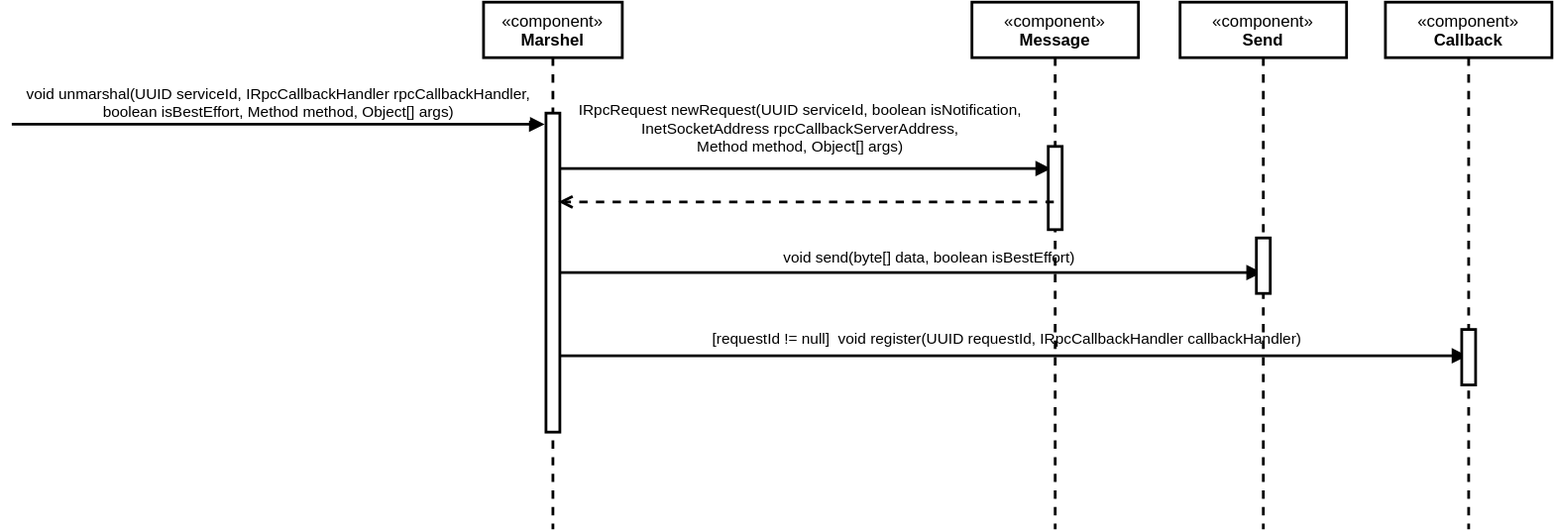
Before: docs/middleware/diagrams/UC03SendingCallsSequenceDiagramLevel2.drawio.svg, a diagram exported from draw.io (HaniAlshikh/tron). Source tidied: cells renumbered, new cells last; positions are measured from the earlier drawing's top-left corner, leaving out a move shared by most shapes. Source of this version:
```xml
<mxGraphModel background="#ffffff">
  <root>
    <mxCell id="0" />
    <mxCell id="1" parent="0" />
    <mxCell id="2" value="&lt;span&gt;«component»&lt;br&gt;&lt;b&gt;Marshel&lt;/b&gt;&lt;br&gt;&lt;/span&gt;" style="shape=umlLifeline;perimeter=lifelinePerimeter;whiteSpace=wrap;html=1;strokeWidth=2;verticalAlign=top;" parent="1" vertex="1">
      <mxGeometry x="340" width="100" height="380" as="geometry" />
    </mxCell>
    <mxCell id="3" style="edgeStyle=none;shape=connector;rounded=1;html=1;labelBackgroundColor=default;fontFamily=Helvetica;fontSize=11;fontColor=default;endArrow=block;strokeColor=default;strokeWidth=2;" parent="1" edge="1" source="9">
      <mxGeometry relative="1" as="geometry">
        <mxPoint x="749" y="120" as="targetPoint" />
      </mxGeometry>
    </mxCell>
    <mxCell id="4" value="IRpcRequest newRequest(UUID serviceId, boolean isNotification,&lt;br&gt;&amp;nbsp;InetSocketAddress rpcCallbackServerAddress,&lt;br&gt;&amp;nbsp;Method method, Object[] args)" style="edgeLabel;html=1;align=center;verticalAlign=middle;fontSize=11;fontFamily=Helvetica;fontColor=default;" parent="3" vertex="1">
      <mxGeometry x="-0.15" y="2" relative="1" as="geometry">
        <mxPoint x="23" y="-27" as="offset" />
      </mxGeometry>
    </mxCell>
    <mxCell id="5" style="edgeStyle=none;shape=connector;rounded=1;html=1;labelBackgroundColor=default;fontFamily=Helvetica;fontSize=11;fontColor=default;endArrow=block;strokeColor=default;strokeWidth=2;" parent="1" edge="1">
      <mxGeometry relative="1" as="geometry">
        <mxPoint x="395" y="255" as="sourcePoint" />
        <mxPoint x="1049" y="255" as="targetPoint" />
      </mxGeometry>
    </mxCell>
    <mxCell id="6" value="[requestId != null]&amp;nbsp; void register(UUID requestId, IRpcCallbackHandler callbackHandler)" style="edgeLabel;html=1;align=center;verticalAlign=middle;fontSize=11;fontFamily=Helvetica;fontColor=default;labelBackgroundColor=default;" parent="5" vertex="1">
      <mxGeometry x="-0.05" y="2" relative="1" as="geometry">
        <mxPoint x="10" y="-10" as="offset" />
      </mxGeometry>
    </mxCell>
    <mxCell id="7" style="edgeStyle=none;shape=connector;rounded=1;html=1;labelBackgroundColor=default;fontFamily=Helvetica;fontSize=11;fontColor=default;endArrow=block;strokeColor=default;strokeWidth=2;" parent="1" edge="1" source="9" target="16">
      <mxGeometry relative="1" as="geometry" />
    </mxCell>
    <mxCell id="8" value="void send(byte[] data, boolean isBestEffort)" style="edgeLabel;html=1;align=center;verticalAlign=middle;fontSize=11;fontFamily=Helvetica;fontColor=default;" parent="7" vertex="1">
      <mxGeometry x="0.17" y="1" relative="1" as="geometry">
        <mxPoint x="-30" y="-10" as="offset" />
      </mxGeometry>
    </mxCell>
    <mxCell id="9" style="html=1;points=[];perimeter=orthogonalPerimeter;strokeWidth=2;verticalAlign=top;" parent="1" vertex="1">
      <mxGeometry x="385" y="80" width="10" height="230" as="geometry" />
    </mxCell>
    <mxCell id="10" value="void unmarshal(UUID serviceId, IRpcCallbackHandler rpcCallbackHandler,&lt;br&gt;&amp;nbsp;boolean isBestEffort, Method method, Object[] args)" style="html=1;verticalAlign=bottom;endArrow=block;strokeWidth=2;entryX=-0.1;entryY=0.832;entryDx=0;entryDy=0;entryPerimeter=0;" parent="1" edge="1">
      <mxGeometry relative="1" as="geometry">
        <mxPoint y="88" as="sourcePoint" />
        <mxPoint x="384" y="88" as="targetPoint" />
      </mxGeometry>
    </mxCell>
    <mxCell id="11" value="&lt;span&gt;«component»&lt;br&gt;&lt;b&gt;Message&lt;/b&gt;&lt;br&gt;&lt;/span&gt;" style="shape=umlLifeline;perimeter=lifelinePerimeter;whiteSpace=wrap;html=1;strokeWidth=2;verticalAlign=top;" parent="1" vertex="1">
      <mxGeometry x="692" width="120" height="380" as="geometry" />
    </mxCell>
    <mxCell id="12" style="html=1;perimeter=orthogonalPerimeter;strokeWidth=2;verticalAlign=top;" parent="11" vertex="1">
      <mxGeometry x="55" y="104" width="10" height="60" as="geometry" />
    </mxCell>
    <mxCell id="13" style="edgeStyle=none;shape=connector;rounded=1;html=1;dashed=1;labelBackgroundColor=default;fontFamily=Helvetica;fontSize=11;fontColor=default;endArrow=open;endFill=0;strokeColor=default;strokeWidth=2;" parent="1" edge="1">
      <mxGeometry relative="1" as="geometry">
        <mxPoint x="751" y="144" as="sourcePoint" />
        <mxPoint x="394" y="144" as="targetPoint" />
      </mxGeometry>
    </mxCell>
    <mxCell id="14" value="&lt;span&gt;«component»&lt;br&gt;&lt;b&gt;Callback&lt;br&gt;&lt;/b&gt;&lt;br&gt;&lt;/span&gt;" style="shape=umlLifeline;perimeter=lifelinePerimeter;whiteSpace=wrap;html=1;strokeWidth=2;verticalAlign=top;" parent="1" vertex="1">
      <mxGeometry x="990" width="120" height="380" as="geometry" />
    </mxCell>
    <mxCell id="15" style="html=1;perimeter=orthogonalPerimeter;strokeWidth=2;verticalAlign=top;" parent="14" vertex="1">
      <mxGeometry x="55" y="236" width="10" height="40" as="geometry" />
    </mxCell>
    <mxCell id="16" value="&lt;span&gt;«component»&lt;br&gt;&lt;b&gt;Send&lt;/b&gt;&lt;br&gt;&lt;/span&gt;" style="shape=umlLifeline;perimeter=lifelinePerimeter;whiteSpace=wrap;html=1;outlineConnect=0;strokeWidth=2;verticalAlign=top;" parent="1" vertex="1">
      <mxGeometry x="842" width="120" height="380" as="geometry" />
    </mxCell>
    <mxCell id="17" style="html=1;perimeter=orthogonalPerimeter;strokeWidth=2;verticalAlign=top;" parent="16" vertex="1">
      <mxGeometry x="55" y="170" width="10" height="40" as="geometry" />
    </mxCell>
  </root>
</mxGraphModel>
```
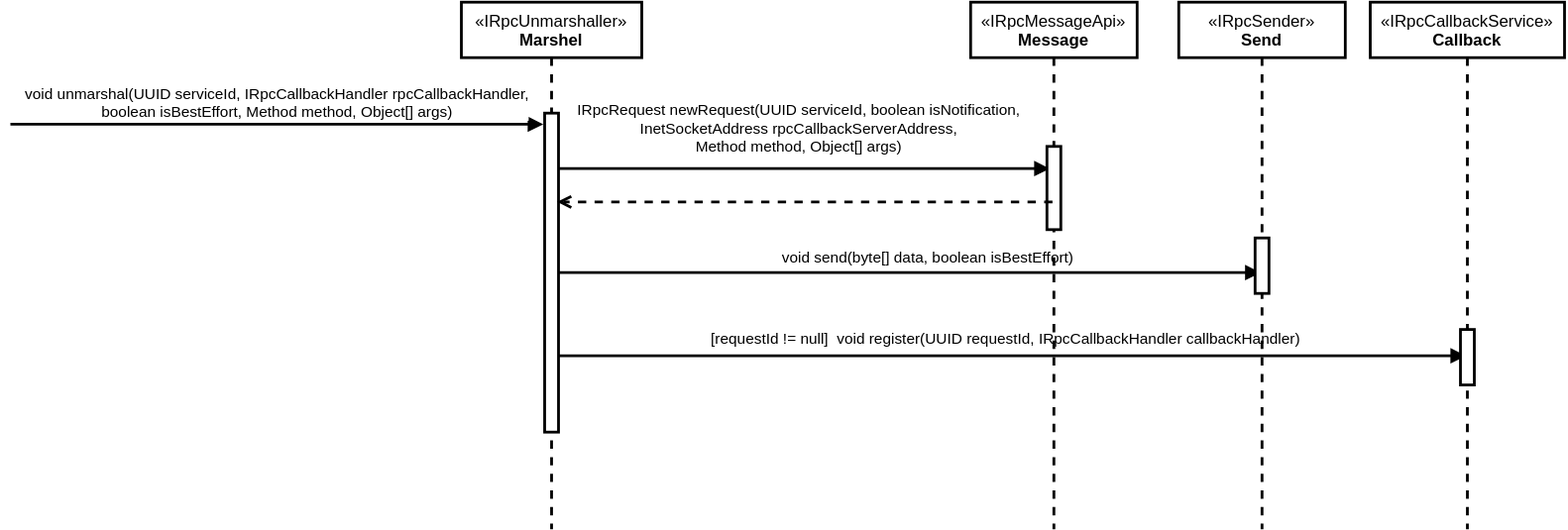
Later version of the same file.

Commit message:
Docs: Runtime View Level diagrams interfaces

Change to the diagram source:
```diff
@@ -2,8 +2,8 @@
   <root>
     <mxCell id="0" />
     <mxCell id="1" parent="0" />
-    <mxCell id="2" value="&lt;span&gt;«component»&lt;br&gt;&lt;b&gt;Marshel&lt;/b&gt;&lt;br&gt;&lt;/span&gt;" style="shape=umlLifeline;perimeter=lifelinePerimeter;whiteSpace=wrap;html=1;strokeWidth=2;verticalAlign=top;" parent="1" vertex="1">
-      <mxGeometry x="340" width="100" height="380" as="geometry" />
+    <mxCell id="2" value="&lt;span&gt;«IRpcUnmarshaller»&lt;br&gt;&lt;b&gt;Marshel&lt;/b&gt;&lt;br&gt;&lt;/span&gt;" style="shape=umlLifeline;perimeter=lifelinePerimeter;whiteSpace=wrap;html=1;strokeWidth=2;verticalAlign=top;" parent="1" vertex="1">
+      <mxGeometry x="325" width="130" height="380" as="geometry" />
     </mxCell>
     <mxCell id="3" style="edgeStyle=none;shape=connector;rounded=1;html=1;labelBackgroundColor=default;fontFamily=Helvetica;fontSize=11;fontColor=default;endArrow=block;strokeColor=default;strokeWidth=2;" parent="1" edge="1" source="9">
       <mxGeometry relative="1" as="geometry">
@@ -43,7 +43,7 @@
         <mxPoint x="384" y="88" as="targetPoint" />
       </mxGeometry>
     </mxCell>
-    <mxCell id="11" value="&lt;span&gt;«component»&lt;br&gt;&lt;b&gt;Message&lt;/b&gt;&lt;br&gt;&lt;/span&gt;" style="shape=umlLifeline;perimeter=lifelinePerimeter;whiteSpace=wrap;html=1;strokeWidth=2;verticalAlign=top;" parent="1" vertex="1">
+    <mxCell id="11" value="&lt;span&gt;«IRpcMessageApi»&lt;br&gt;&lt;b&gt;Message&lt;/b&gt;&lt;br&gt;&lt;/span&gt;" style="shape=umlLifeline;perimeter=lifelinePerimeter;whiteSpace=wrap;html=1;strokeWidth=2;verticalAlign=top;" parent="1" vertex="1">
       <mxGeometry x="692" width="120" height="380" as="geometry" />
     </mxCell>
     <mxCell id="12" style="html=1;perimeter=orthogonalPerimeter;strokeWidth=2;verticalAlign=top;" parent="11" vertex="1">
@@ -55,13 +55,13 @@
         <mxPoint x="394" y="144" as="targetPoint" />
       </mxGeometry>
     </mxCell>
-    <mxCell id="14" value="&lt;span&gt;«component»&lt;br&gt;&lt;b&gt;Callback&lt;br&gt;&lt;/b&gt;&lt;br&gt;&lt;/span&gt;" style="shape=umlLifeline;perimeter=lifelinePerimeter;whiteSpace=wrap;html=1;strokeWidth=2;verticalAlign=top;" parent="1" vertex="1">
-      <mxGeometry x="990" width="120" height="380" as="geometry" />
+    <mxCell id="14" value="&lt;span&gt;«IRpcCallbackService»&lt;br&gt;&lt;b&gt;Callback&lt;br&gt;&lt;/b&gt;&lt;br&gt;&lt;/span&gt;" style="shape=umlLifeline;perimeter=lifelinePerimeter;whiteSpace=wrap;html=1;strokeWidth=2;verticalAlign=top;" parent="1" vertex="1">
+      <mxGeometry x="980" width="140" height="380" as="geometry" />
     </mxCell>
     <mxCell id="15" style="html=1;perimeter=orthogonalPerimeter;strokeWidth=2;verticalAlign=top;" parent="14" vertex="1">
-      <mxGeometry x="55" y="236" width="10" height="40" as="geometry" />
+      <mxGeometry x="65" y="236" width="10" height="40" as="geometry" />
     </mxCell>
-    <mxCell id="16" value="&lt;span&gt;«component»&lt;br&gt;&lt;b&gt;Send&lt;/b&gt;&lt;br&gt;&lt;/span&gt;" style="shape=umlLifeline;perimeter=lifelinePerimeter;whiteSpace=wrap;html=1;outlineConnect=0;strokeWidth=2;verticalAlign=top;" parent="1" vertex="1">
+    <mxCell id="16" value="&lt;span&gt;«IRpcSender»&lt;br&gt;&lt;b&gt;Send&lt;/b&gt;&lt;br&gt;&lt;/span&gt;" style="shape=umlLifeline;perimeter=lifelinePerimeter;whiteSpace=wrap;html=1;outlineConnect=0;strokeWidth=2;verticalAlign=top;" parent="1" vertex="1">
       <mxGeometry x="842" width="120" height="380" as="geometry" />
     </mxCell>
     <mxCell id="17" style="html=1;perimeter=orthogonalPerimeter;strokeWidth=2;verticalAlign=top;" parent="16" vertex="1">
```
